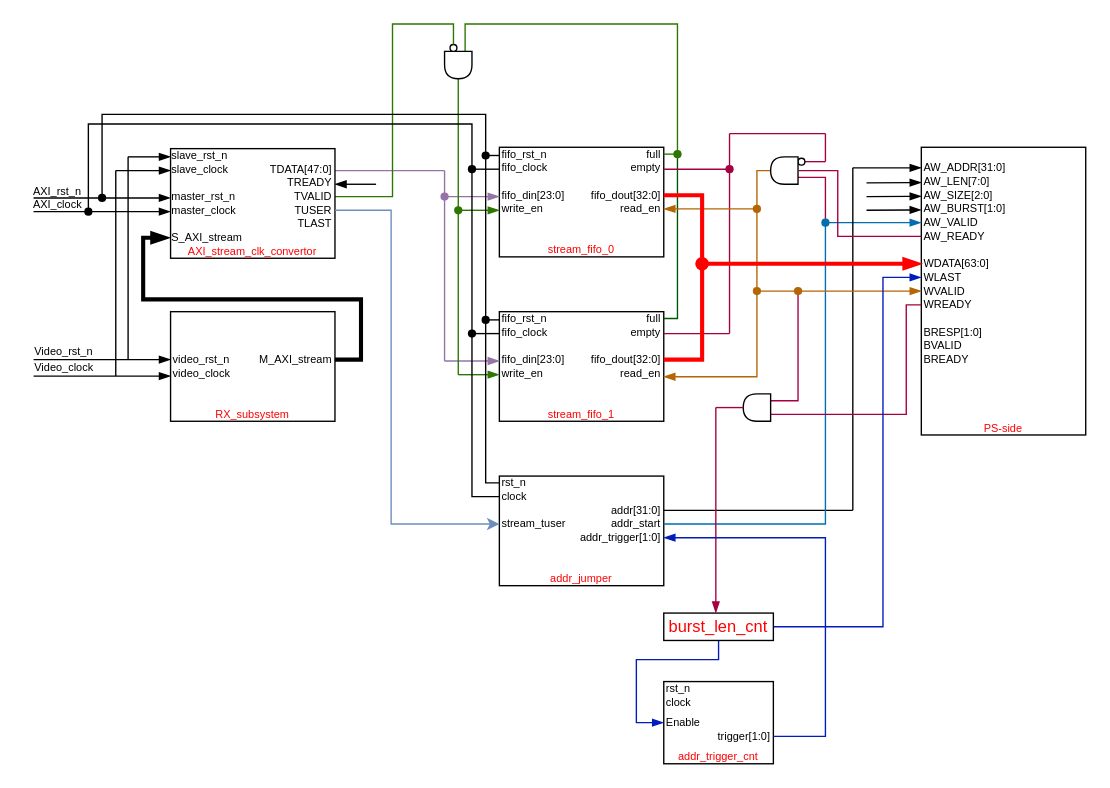
Earlier version of the draw.io diagram Our_design/Our_design.drawio (YZchen3467/drawio). Source tidied: cells renumbered, new cells numbered last; positions are measured from the earlier drawing's top-left corner, leaving out a move shared by most shapes. Both pictures are drawn from the tidied source at 137%, with x=0, y=0 at pixel (30, 23).
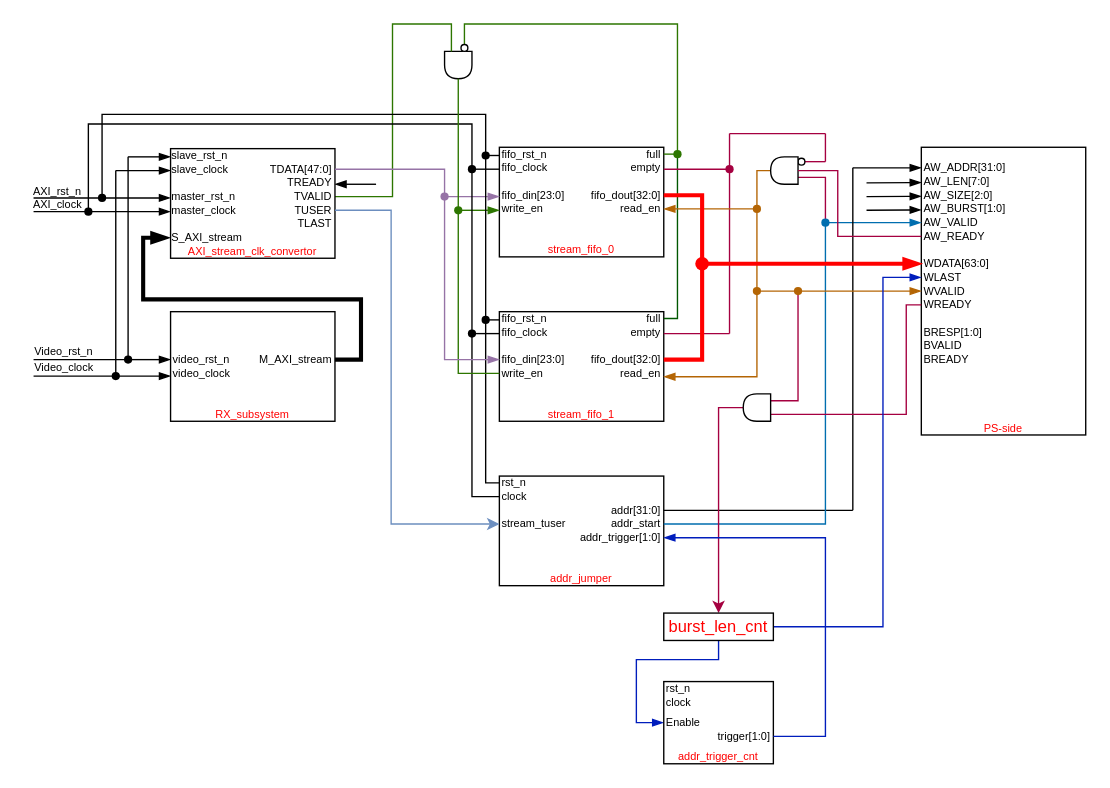
The same diagram, later.

The change refers to these unchanged cells:
```xml
<mxCell id="24" value="&lt;font style=&quot;font-size: 8px;&quot;&gt;fifo_din[23:0]&lt;/font&gt;" style="text;html=1;strokeColor=none;fillColor=none;align=left;verticalAlign=middle;whiteSpace=wrap;rounded=0;strokeWidth=0;fontSize=8;horizontal=1;" parent="22" vertex="1">
  <mxGeometry y="30" width="60" height="10" as="geometry" />
</mxCell>
<mxCell id="25" value="&lt;font style=&quot;font-size: 8px;&quot;&gt;write_en&lt;/font&gt;" style="text;html=1;strokeColor=none;fillColor=none;align=left;verticalAlign=middle;whiteSpace=wrap;rounded=0;strokeWidth=0;fontSize=8;horizontal=1;" parent="22" vertex="1">
  <mxGeometry y="40" width="60" height="10" as="geometry" />
</mxCell>
<mxCell id="35" value="&lt;font style=&quot;font-size: 8px;&quot;&gt;video_rst_n&lt;/font&gt;" style="text;html=1;strokeColor=none;fillColor=none;align=left;verticalAlign=middle;whiteSpace=wrap;rounded=0;strokeWidth=0;fontSize=8;horizontal=1;" parent="33" vertex="1">
  <mxGeometry y="30" width="60" height="10" as="geometry" />
</mxCell>
<mxCell id="72" style="shape=waypoint;sketch=0;fillStyle=solid;size=6;points=[];fillColor=#60a917;perimeter=centerPerimeter;snapToPoint=1;fontColor=#ffffff;strokeColor=#2D7600;" parent="1" vertex="1">
  <mxGeometry x="462" y="85" width="20" height="20" as="geometry" />
</mxCell>
<mxCell id="73" style="shape=waypoint;sketch=0;fillStyle=solid;size=6;points=[];fillColor=#60a917;perimeter=centerPerimeter;snapToPoint=1;fontColor=#ffffff;strokeColor=#2D7600;" parent="1" vertex="1">
  <mxGeometry x="302" y="126" width="20" height="20" as="geometry" />
</mxCell>
<mxCell id="74" style="shape=waypoint;sketch=0;fillStyle=solid;size=6;points=[];fillColor=#e1d5e7;perimeter=centerPerimeter;snapToPoint=1;strokeColor=#9673a6;" parent="1" vertex="1">
  <mxGeometry x="292" y="116" width="20" height="20" as="geometry" />
</mxCell>
<mxCell id="97" style="group;" parent="1" vertex="1">
  <mxGeometry x="302" y="15" width="20" height="25" as="geometry" />
</mxCell>
<mxCell id="98" style="shape=delay;whiteSpace=wrap;html=1;rotation=90;rounded=0;" parent="97" vertex="1">
  <mxGeometry y="5" width="20" height="20" as="geometry" />
</mxCell>
<mxCell id="128" style="shape=delay;whiteSpace=wrap;html=1;rotation=-180;rounded=0;" parent="1" vertex="1">
  <mxGeometry x="520" y="270" width="20" height="20" as="geometry" />
</mxCell>
<mxCell id="131" value="&lt;font color=&quot;#ff0000&quot;&gt;burst_len_cnt&lt;/font&gt;" style="rounded=0;whiteSpace=wrap;html=1;" parent="1" vertex="1">
  <mxGeometry x="462" y="430" width="80" height="20" as="geometry" />
</mxCell>
<mxCell id="152" value="TVALID" style="text;html=1;strokeColor=none;fillColor=none;align=right;verticalAlign=middle;whiteSpace=wrap;rounded=0;strokeWidth=0;fontSize=8;horizontal=1;" parent="1" vertex="1">
  <mxGeometry x="162" y="121" width="60" height="10" as="geometry" />
</mxCell>
<mxCell id="157" value="TDATA[47:0]" style="text;html=1;strokeColor=none;fillColor=none;align=right;verticalAlign=middle;whiteSpace=wrap;rounded=0;strokeWidth=0;fontSize=8;horizontal=1;" parent="1" vertex="1">
  <mxGeometry x="162" y="101" width="60" height="10" as="geometry" />
</mxCell>
```

The edit, as a diff of the source:
```diff
@@
-    <mxCell id="45" style="endArrow=blockThin;html=1;rounded=0;endFill=1;entryX=0;entryY=0.5;entryDx=0;entryDy=0;" parent="1" edge="1" target="35">
-      <mxGeometry relative="1" as="geometry">
-        <mxPoint x="2" y="245" as="sourcePoint" />
-      </mxGeometry>
+    <mxCell id="45" style="endArrow=blockThin;html=1;rounded=0;endFill=1;entryX=0;entryY=0.5;entryDx=0;entryDy=0;" parent="1" edge="1" source="171" target="35">
+      <mxGeometry relative="1" as="geometry" />
     </mxCell>
-    <mxCell id="46" style="endArrow=blockThin;html=1;rounded=0;endFill=1;" parent="1" edge="1">
+    <mxCell id="46" style="endArrow=blockThin;html=1;rounded=0;endFill=1;" parent="1" edge="1" source="173">
       <mxGeometry relative="1" as="geometry">
-        <mxPoint x="2" y="257" as="sourcePoint" />
         <mxPoint x="102" y="257" as="targetPoint" />
       </mxGeometry>
     </mxCell>
@@
-    <mxCell id="55" style="endArrow=none;html=1;rounded=0;endFill=0;fillColor=#e1d5e7;strokeColor=#9673a6;" parent="1" edge="1">
-      <mxGeometry relative="1" as="geometry">
-        <mxPoint x="302" y="107" as="sourcePoint" />
-        <mxPoint x="222" y="107" as="targetPoint" />
-      </mxGeometry>
-    </mxCell>
-    <mxCell id="56" style="endArrow=none;html=1;rounded=0;endFill=0;fillColor=#e1d5e7;strokeColor=#9673a6;" parent="1" edge="1">
-      <mxGeometry relative="1" as="geometry">
-        <mxPoint x="302" y="107" as="sourcePoint" />
-        <mxPoint x="302" y="246" as="targetPoint" />
-      </mxGeometry>
-    </mxCell>
@@
-    <mxCell id="58" style="endArrow=none;html=1;rounded=0;endFill=0;fillColor=#e1d5e7;strokeColor=#9673a6;startArrow=blockThin;startFill=1;" parent="1" edge="1">
-      <mxGeometry relative="1" as="geometry">
-        <mxPoint x="342" y="246" as="sourcePoint" />
-        <mxPoint x="302" y="246" as="targetPoint" />
-      </mxGeometry>
-    </mxCell>
@@
-    <mxCell id="60" style="endArrow=none;html=1;rounded=0;endFill=0;fillColor=#60a917;strokeColor=#2D7600;" parent="1" edge="1">
-      <mxGeometry relative="1" as="geometry">
-        <mxPoint x="312" y="40" as="sourcePoint" />
-        <mxPoint x="312" y="256" as="targetPoint" />
-      </mxGeometry>
-    </mxCell>
@@
-    <mxCell id="63" style="endArrow=none;html=1;rounded=0;endFill=0;fillColor=#60a917;strokeColor=#2D7600;startArrow=blockThin;startFill=1;" parent="1" edge="1">
-      <mxGeometry relative="1" as="geometry">
-        <mxPoint x="342" y="256" as="sourcePoint" />
-        <mxPoint x="312" y="256" as="targetPoint" />
-      </mxGeometry>
-    </mxCell>
@@
-    <mxCell id="71" style="edgeStyle=orthogonalEdgeStyle;rounded=0;jettySize=auto;html=1;entryX=0;entryY=0.25;entryDx=0;entryDy=0;endArrow=none;endFill=0;fillColor=#60a917;strokeColor=#2D7600;" parent="1" edge="1" source="72" target="98">
+    <mxCell id="71" style="edgeStyle=orthogonalEdgeStyle;rounded=0;jettySize=auto;html=1;entryX=0.5;entryY=0;entryDx=0;entryDy=0;endArrow=none;endFill=0;fillColor=#60a917;strokeColor=#2D7600;" parent="1" edge="1" source="72" target="99">
       <mxGeometry relative="1" as="geometry">
         <Array as="points">
           <mxPoint x="472" />
           <mxPoint x="317" />
         </Array>
       </mxGeometry>
     </mxCell>
@@
+    <mxCell id="167" style="edgeStyle=orthogonalEdgeStyle;rounded=0;jettySize=auto;html=1;entryX=0;entryY=0.5;entryDx=0;entryDy=0;fillColor=#60a917;strokeColor=#2D7600;endArrow=none;endFill=0;" parent="1" edge="1" source="73" target="25">
+      <mxGeometry relative="1" as="geometry">
+        <Array as="points">
+          <mxPoint x="312" y="255" />
+        </Array>
+      </mxGeometry>
+    </mxCell>
@@
+    <mxCell id="168" style="edgeStyle=orthogonalEdgeStyle;rounded=0;jettySize=auto;html=1;entryX=0;entryY=0.5;entryDx=0;entryDy=0;fillColor=#e1d5e7;strokeColor=#9673a6;endArrow=blockThin;endFill=1;" parent="1" edge="1" source="74" target="24">
+      <mxGeometry relative="1" as="geometry">
+        <Array as="points">
+          <mxPoint x="302" y="245" />
+        </Array>
+      </mxGeometry>
+    </mxCell>
@@
     <mxCell id="99" style="ellipse;whiteSpace=wrap;html=1;" parent="97" vertex="1">
-      <mxGeometry x="4" width="5" height="5" as="geometry" />
+      <mxGeometry x="12" width="5" height="5" as="geometry" />
     </mxCell>
@@
+    <mxCell id="169" style="edgeStyle=orthogonalEdgeStyle;rounded=0;jettySize=auto;html=1;entryX=0.5;entryY=0;entryDx=0;entryDy=0;fillColor=#d80073;strokeColor=#A50040;" parent="1" edge="1" source="128" target="131">
+      <mxGeometry relative="1" as="geometry">
+        <Array as="points">
+          <mxPoint x="502" y="280" />
+        </Array>
+      </mxGeometry>
+    </mxCell>
@@
-    <mxCell id="139" style="endArrow=none;html=1;rounded=0;endFill=0;fillColor=#d80073;strokeColor=#A50040;startArrow=blockThin;startFill=1;" parent="1" edge="1">
-      <mxGeometry relative="1" as="geometry">
-        <mxPoint x="500" y="430" as="sourcePoint" />
-        <mxPoint x="500" y="280" as="targetPoint" />
-      </mxGeometry>
-    </mxCell>
-    <mxCell id="140" style="endArrow=none;html=1;rounded=0;endFill=0;fillColor=#d80073;strokeColor=#A50040;startArrow=none;startFill=0;" parent="1" edge="1">
-      <mxGeometry relative="1" as="geometry">
-        <mxPoint x="520" y="280" as="sourcePoint" />
-        <mxPoint x="500" y="280" as="targetPoint" />
-      </mxGeometry>
-    </mxCell>
@@
-    <mxCell id="144" style="edgeStyle=orthogonalEdgeStyle;rounded=0;jettySize=auto;html=1;entryX=0.5;entryY=0;entryDx=0;entryDy=0;endArrow=none;endFill=0;fillColor=#60a917;strokeColor=#2D7600;" parent="1" edge="1" source="152" target="99">
+    <mxCell id="144" style="edgeStyle=orthogonalEdgeStyle;rounded=0;jettySize=auto;html=1;entryX=0;entryY=0.75;entryDx=0;entryDy=0;endArrow=none;endFill=0;fillColor=#60a917;strokeColor=#2D7600;" parent="1" edge="1" source="152" target="98">
       <mxGeometry relative="1" as="geometry">
         <Array as="points">
           <mxPoint x="264" y="126" />
           <mxPoint x="264" />
-          <mxPoint x="308" />
+          <mxPoint x="307" />
         </Array>
       </mxGeometry>
     </mxCell>
@@
+    <mxCell id="170" style="endArrow=none;html=1;rounded=0;endFill=0;entryDx=0;entryDy=0;" parent="1" edge="1" target="171">
+      <mxGeometry relative="1" as="geometry">
+        <mxPoint x="2" y="245" as="sourcePoint" />
+      </mxGeometry>
+    </mxCell>
+    <mxCell id="171" style="shape=waypoint;sketch=0;fillStyle=solid;size=6;points=[];fillColor=none;perimeter=centerPerimeter;snapToPoint=1;" parent="1" vertex="1">
+      <mxGeometry x="61" y="235" width="20" height="20" as="geometry" />
+    </mxCell>
+    <mxCell id="172" style="endArrow=none;html=1;rounded=0;endFill=0;" parent="1" edge="1" target="173">
+      <mxGeometry relative="1" as="geometry">
+        <mxPoint x="2" y="257" as="sourcePoint" />
+      </mxGeometry>
+    </mxCell>
+    <mxCell id="173" style="shape=waypoint;sketch=0;fillStyle=solid;size=6;points=[];fillColor=none;perimeter=centerPerimeter;snapToPoint=1;" parent="1" vertex="1">
+      <mxGeometry x="52" y="247" width="20" height="20" as="geometry" />
+    </mxCell>
+    <mxCell id="174" style="edgeStyle=orthogonalEdgeStyle;rounded=0;jettySize=auto;html=1;entryX=0.633;entryY=-0.035;entryDx=0;entryDy=0;entryPerimeter=0;fillColor=#60a917;strokeColor=#2D7600;endArrow=none;endFill=0;" parent="1" edge="1" source="97" target="73">
+      <mxGeometry relative="1" as="geometry" />
+    </mxCell>
+    <mxCell id="175" style="edgeStyle=orthogonalEdgeStyle;rounded=0;jettySize=auto;html=1;entryX=0.55;entryY=0.085;entryDx=0;entryDy=0;entryPerimeter=0;fillColor=#e1d5e7;strokeColor=#9673a6;endArrow=none;endFill=0;" parent="1" edge="1" source="157" target="74">
+      <mxGeometry relative="1" as="geometry">
+        <Array as="points">
+          <mxPoint x="302" y="106" />
+        </Array>
+      </mxGeometry>
+    </mxCell>
```
